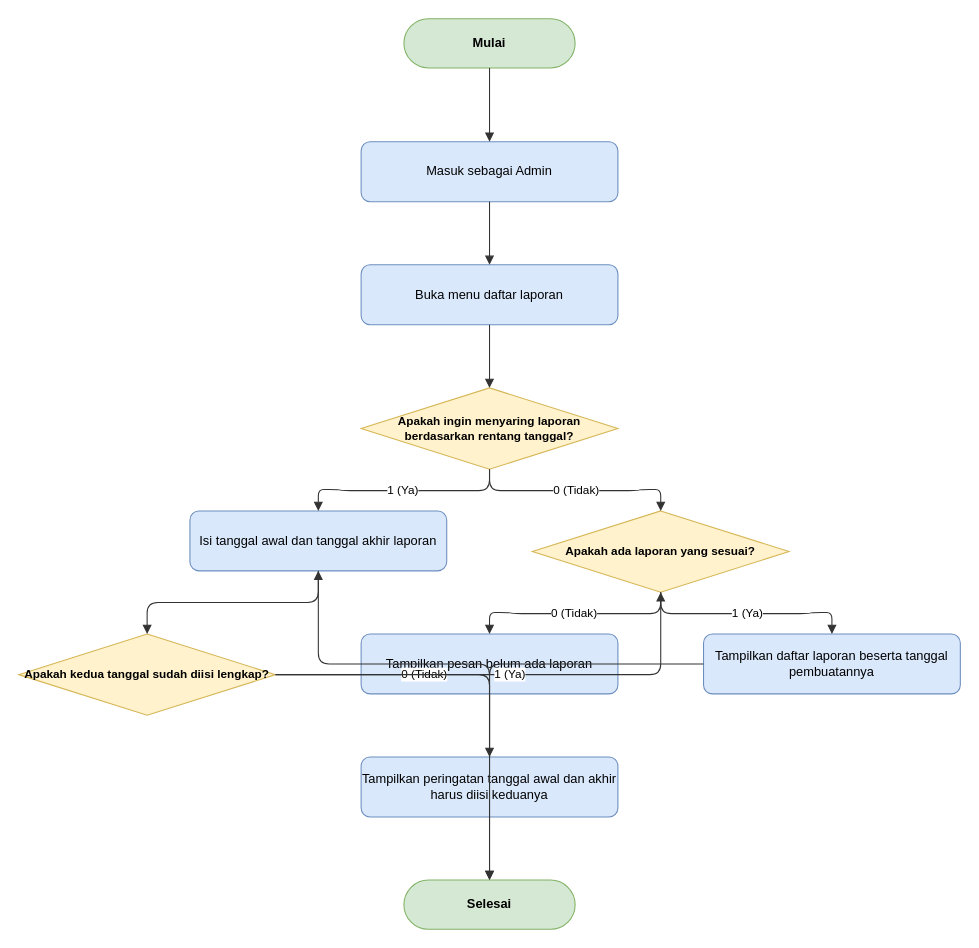
Earlier version of the draw.io diagram docs/diagrams/flowchart/flowchart-readlistlaporan.drawio (dimstyle/ruang-baca). Source tidied: cells renumbered, new cells numbered last; positions are measured from the earlier drawing's top-left corner, leaving out a move shared by most shapes. Both pictures are drawn from the tidied source at 107%, with x=0, y=0 at pixel (18, 18).
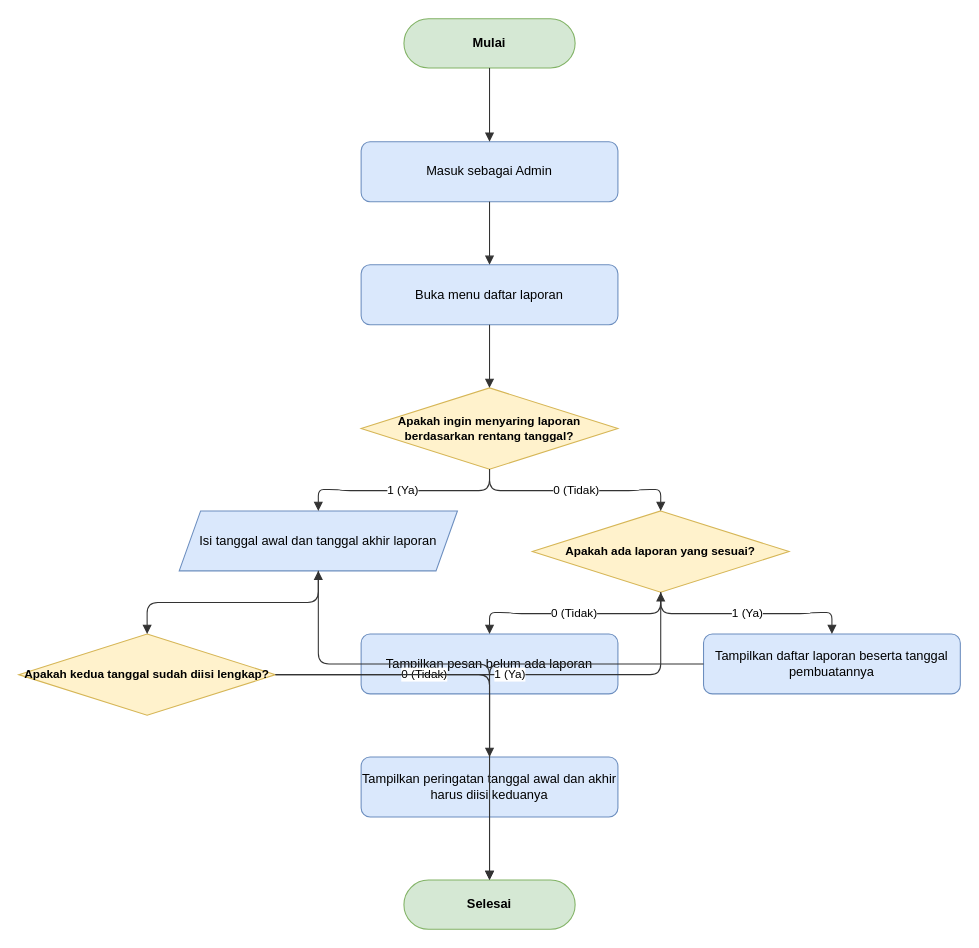
Above is the later version.

Diff of the diagram source:
```diff
@@
-    <mxCell id="6" value="Isi tanggal awal dan tanggal akhir laporan" style="rounded=1;whiteSpace=wrap;html=1;fillColor=#dae8fc;strokeColor=#6c8ebf;fontSize=12;" parent="1" vertex="1">
-      <mxGeometry x="160" y="460" width="240" height="56" as="geometry" />
+    <mxCell id="6" value="Isi tanggal awal dan tanggal akhir laporan" style="shape=parallelogram;perimeter=parallelogramPerimeter;whiteSpace=wrap;html=1;fixedSize=1;fillColor=#dae8fc;strokeColor=#6c8ebf;fontSize=12;" parent="1" vertex="1">
+      <mxGeometry x="150" y="460" width="260" height="56" as="geometry" />
     </mxCell>
```
